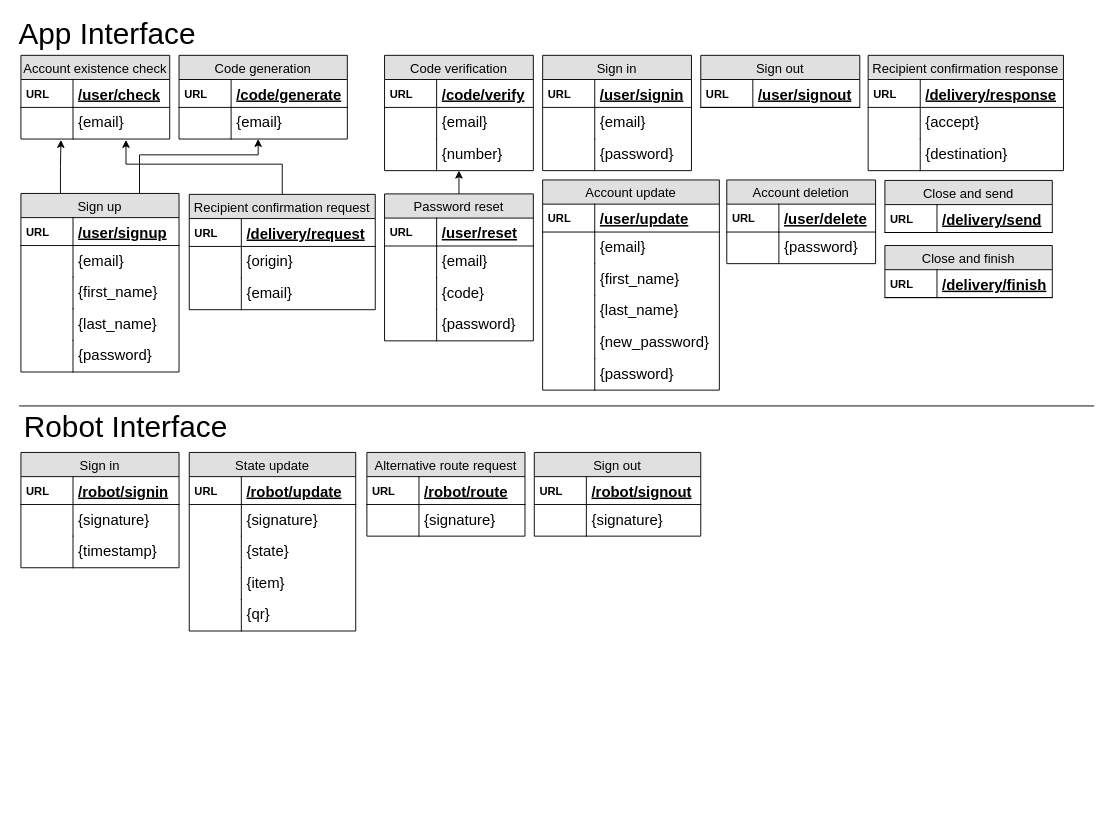
The draw.io diagram server/modeling/Server Modelling.drawio in developedby/DLVR, before the edit. Source tidied: cells renumbered, new cells numbered last; positions are measured from the earlier drawing's top-left corner, leaving out a move shared by most shapes. Both pictures are drawn from the tidied source at 93%, with x=0, y=0 at pixel (16, 24).
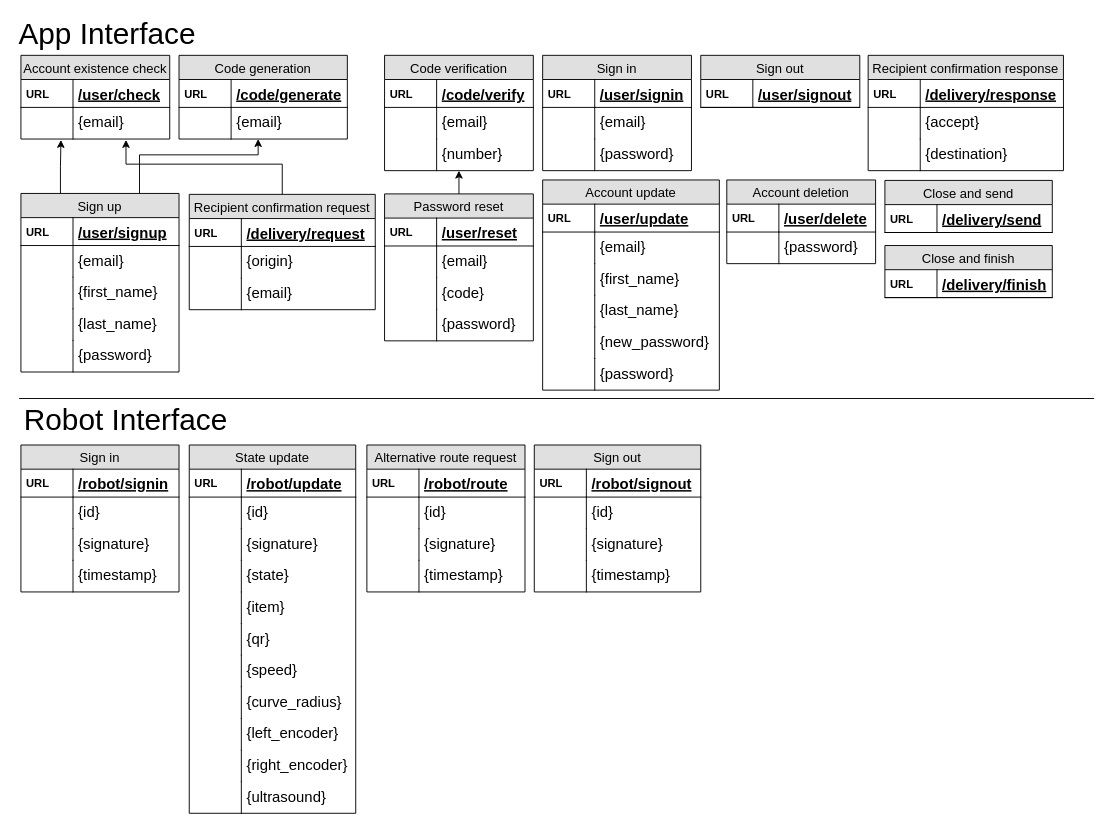
The same diagram, later.

What changed in the source:
```diff
@@
     <mxCell id="15" style="endArrow=none;html=1;" parent="1" edge="1">
       <mxGeometry relative="1" as="geometry">
-        <mxPoint x="3" y="410" as="sourcePoint" />
-        <mxPoint x="1159" y="410" as="targetPoint" />
+        <mxPoint x="3" y="402" as="sourcePoint" />
+        <mxPoint x="1159" y="402" as="targetPoint" />
       </mxGeometry>
     </mxCell>
@@
     <mxCell id="17" value="Robot Interface" style="text;html=1;strokeColor=none;fillColor=none;align=center;verticalAlign=middle;whiteSpace=wrap;rounded=0;fontSize=32;" parent="1" vertex="1">
-      <mxGeometry x="5" y="423" width="226" height="20" as="geometry" />
+      <mxGeometry x="5" y="415" width="226" height="20" as="geometry" />
     </mxCell>
@@
     <mxCell id="94" value="Alternative route request" style="swimlane;fontStyle=0;horizontal=1;startSize=26;fillColor=#e0e0e0;swimlaneFillColor=#ffffff;align=center;fontSize=14;" parent="1" vertex="1">
-      <mxGeometry x="377" y="460" width="170" height="90" as="geometry" />
+      <mxGeometry x="377" y="452" width="170" height="158" as="geometry" />
     </mxCell>
@@
-    <mxCell id="97" value="{signature}" style="shape=partialRectangle;top=0;left=0;right=0;bottom=0;align=left;verticalAlign=top;fillColor=none;spacingLeft=60;spacingRight=4;overflow=hidden;fontSize=16;" parent="94" vertex="1">
+    <mxCell id="97" value="{id}" style="shape=partialRectangle;top=0;left=0;right=0;bottom=0;align=left;verticalAlign=top;fillColor=none;spacingLeft=60;spacingRight=4;overflow=hidden;fontSize=16;" parent="94" vertex="1">
       <mxGeometry y="56" width="170" height="34" as="geometry" />
     </mxCell>
@@
+    <mxCell id="122" value="{signature}" style="shape=partialRectangle;top=0;left=0;right=0;bottom=0;align=left;verticalAlign=top;fillColor=none;spacingLeft=60;spacingRight=4;overflow=hidden;fontSize=16;" parent="94" vertex="1">
+      <mxGeometry y="90" width="170" height="34" as="geometry" />
+    </mxCell>
+    <mxCell id="123" style="shape=partialRectangle;top=0;left=0;bottom=0;fillColor=none;align=left;verticalAlign=top;spacingLeft=4;spacingRight=4;overflow=hidden;fontSize=12;" parent="122" vertex="1">
+      <mxGeometry width="56" height="34" as="geometry" />
+    </mxCell>
+    <mxCell id="124" value="{timestamp}" style="shape=partialRectangle;top=0;left=0;right=0;bottom=0;align=left;verticalAlign=top;fillColor=none;spacingLeft=60;spacingRight=4;overflow=hidden;fontSize=16;" parent="94" vertex="1">
+      <mxGeometry y="124" width="170" height="34" as="geometry" />
+    </mxCell>
+    <mxCell id="125" style="shape=partialRectangle;top=0;left=0;bottom=0;fillColor=none;align=left;verticalAlign=top;spacingLeft=4;spacingRight=4;overflow=hidden;fontSize=12;" parent="124" vertex="1">
+      <mxGeometry width="56" height="34" as="geometry" />
+    </mxCell>
     <mxCell id="99" value="Sign in" style="swimlane;fontStyle=0;horizontal=1;startSize=26;fillColor=#e0e0e0;swimlaneFillColor=#ffffff;align=center;fontSize=14;" parent="1" vertex="1">
-      <mxGeometry x="5" y="460" width="170" height="124" as="geometry" />
+      <mxGeometry x="5" y="452" width="170" height="158" as="geometry" />
     </mxCell>
@@
-    <mxCell id="102" value="{signature}" style="shape=partialRectangle;top=0;left=0;right=0;bottom=0;align=left;verticalAlign=top;fillColor=none;spacingLeft=60;spacingRight=4;overflow=hidden;fontSize=16;" parent="99" vertex="1">
+    <mxCell id="102" value="{id}" style="shape=partialRectangle;top=0;left=0;right=0;bottom=0;align=left;verticalAlign=top;fillColor=none;spacingLeft=60;spacingRight=4;overflow=hidden;fontSize=16;" parent="99" vertex="1">
       <mxGeometry y="56" width="170" height="34" as="geometry" />
     </mxCell>
@@
+    <mxCell id="126" value="{signature}" style="shape=partialRectangle;top=0;left=0;right=0;bottom=0;align=left;verticalAlign=top;fillColor=none;spacingLeft=60;spacingRight=4;overflow=hidden;fontSize=16;" parent="99" vertex="1">
+      <mxGeometry y="90" width="170" height="34" as="geometry" />
+    </mxCell>
+    <mxCell id="127" style="shape=partialRectangle;top=0;left=0;bottom=0;fillColor=none;align=left;verticalAlign=top;spacingLeft=4;spacingRight=4;overflow=hidden;fontSize=12;" parent="126" vertex="1">
+      <mxGeometry width="56" height="34" as="geometry" />
+    </mxCell>
     <mxCell id="104" value="{timestamp}" style="shape=partialRectangle;top=0;left=0;right=0;bottom=0;align=left;verticalAlign=top;fillColor=none;spacingLeft=60;spacingRight=4;overflow=hidden;fontSize=16;" parent="99" vertex="1">
-      <mxGeometry y="90" width="170" height="34" as="geometry" />
+      <mxGeometry y="124" width="170" height="34" as="geometry" />
     </mxCell>
@@
     <mxCell id="106" value="Sign out" style="swimlane;fontStyle=0;horizontal=1;startSize=26;fillColor=#e0e0e0;swimlaneFillColor=#ffffff;align=center;fontSize=14;" parent="1" vertex="1">
-      <mxGeometry x="557" y="460" width="179" height="90" as="geometry" />
+      <mxGeometry x="557" y="452" width="179" height="158" as="geometry" />
     </mxCell>
@@
-    <mxCell id="109" value="{signature}" style="shape=partialRectangle;top=0;left=0;right=0;bottom=0;align=left;verticalAlign=top;fillColor=none;spacingLeft=60;spacingRight=4;overflow=hidden;fontSize=16;" parent="106" vertex="1">
+    <mxCell id="109" value="{id}" style="shape=partialRectangle;top=0;left=0;right=0;bottom=0;align=left;verticalAlign=top;fillColor=none;spacingLeft=60;spacingRight=4;overflow=hidden;fontSize=16;" parent="106" vertex="1">
       <mxGeometry y="56" width="179" height="34" as="geometry" />
     </mxCell>
@@
+    <mxCell id="128" value="{signature}" style="shape=partialRectangle;top=0;left=0;right=0;bottom=0;align=left;verticalAlign=top;fillColor=none;spacingLeft=60;spacingRight=4;overflow=hidden;fontSize=16;" parent="106" vertex="1">
+      <mxGeometry y="90" width="179" height="34" as="geometry" />
+    </mxCell>
+    <mxCell id="129" style="shape=partialRectangle;top=0;left=0;bottom=0;fillColor=none;align=left;verticalAlign=top;spacingLeft=4;spacingRight=4;overflow=hidden;fontSize=12;" parent="128" vertex="1">
+      <mxGeometry width="56" height="34" as="geometry" />
+    </mxCell>
+    <mxCell id="130" value="{timestamp}" style="shape=partialRectangle;top=0;left=0;right=0;bottom=0;align=left;verticalAlign=top;fillColor=none;spacingLeft=60;spacingRight=4;overflow=hidden;fontSize=16;" parent="106" vertex="1">
+      <mxGeometry y="124" width="179" height="34" as="geometry" />
+    </mxCell>
+    <mxCell id="131" style="shape=partialRectangle;top=0;left=0;bottom=0;fillColor=none;align=left;verticalAlign=top;spacingLeft=4;spacingRight=4;overflow=hidden;fontSize=12;" parent="130" vertex="1">
+      <mxGeometry width="56" height="34" as="geometry" />
+    </mxCell>
     <mxCell id="111" value="State update" style="swimlane;fontStyle=0;horizontal=1;startSize=26;fillColor=#e0e0e0;swimlaneFillColor=#ffffff;align=center;fontSize=14;" parent="1" vertex="1">
-      <mxGeometry x="186" y="460" width="179" height="192" as="geometry" />
+      <mxGeometry x="186" y="452" width="179" height="396" as="geometry" />
     </mxCell>
@@
-    <mxCell id="114" value="{signature}" style="shape=partialRectangle;top=0;left=0;right=0;bottom=0;align=left;verticalAlign=top;fillColor=none;spacingLeft=60;spacingRight=4;overflow=hidden;fontSize=16;" parent="111" vertex="1">
+    <mxCell id="114" value="{id}" style="shape=partialRectangle;top=0;left=0;right=0;bottom=0;align=left;verticalAlign=top;fillColor=none;spacingLeft=60;spacingRight=4;overflow=hidden;fontSize=16;" parent="111" vertex="1">
       <mxGeometry y="56" width="179" height="34" as="geometry" />
     </mxCell>
@@
+    <mxCell id="132" value="{signature}" style="shape=partialRectangle;top=0;left=0;right=0;bottom=0;align=left;verticalAlign=top;fillColor=none;spacingLeft=60;spacingRight=4;overflow=hidden;fontSize=16;" parent="111" vertex="1">
+      <mxGeometry y="90" width="179" height="34" as="geometry" />
+    </mxCell>
+    <mxCell id="133" style="shape=partialRectangle;top=0;left=0;bottom=0;fillColor=none;align=left;verticalAlign=top;spacingLeft=4;spacingRight=4;overflow=hidden;fontSize=12;" parent="132" vertex="1">
+      <mxGeometry width="56" height="34" as="geometry" />
+    </mxCell>
     <mxCell id="116" value="{state}" style="shape=partialRectangle;top=0;left=0;right=0;bottom=0;align=left;verticalAlign=top;fillColor=none;spacingLeft=60;spacingRight=4;overflow=hidden;fontSize=16;" parent="111" vertex="1">
-      <mxGeometry y="90" width="179" height="34" as="geometry" />
+      <mxGeometry y="124" width="179" height="34" as="geometry" />
     </mxCell>
@@
     <mxCell id="118" value="{item}" style="shape=partialRectangle;top=0;left=0;right=0;bottom=0;align=left;verticalAlign=top;fillColor=none;spacingLeft=60;spacingRight=4;overflow=hidden;fontSize=16;" parent="111" vertex="1">
-      <mxGeometry y="124" width="179" height="34" as="geometry" />
+      <mxGeometry y="158" width="179" height="34" as="geometry" />
     </mxCell>
@@
     <mxCell id="120" value="{qr}" style="shape=partialRectangle;top=0;left=0;right=0;bottom=0;align=left;verticalAlign=top;fillColor=none;spacingLeft=60;spacingRight=4;overflow=hidden;fontSize=16;" parent="111" vertex="1">
-      <mxGeometry y="158" width="179" height="34" as="geometry" />
+      <mxGeometry y="192" width="179" height="34" as="geometry" />
     </mxCell>
@@
+    <mxCell id="134" value="{speed}" style="shape=partialRectangle;top=0;left=0;right=0;bottom=0;align=left;verticalAlign=top;fillColor=none;spacingLeft=60;spacingRight=4;overflow=hidden;fontSize=16;" parent="111" vertex="1">
+      <mxGeometry y="226" width="179" height="34" as="geometry" />
+    </mxCell>
+    <mxCell id="135" style="shape=partialRectangle;top=0;left=0;bottom=0;fillColor=none;align=left;verticalAlign=top;spacingLeft=4;spacingRight=4;overflow=hidden;fontSize=12;" parent="134" vertex="1">
+      <mxGeometry width="56" height="34" as="geometry" />
+    </mxCell>
+    <mxCell id="136" value="{curve_radius}" style="shape=partialRectangle;top=0;left=0;right=0;bottom=0;align=left;verticalAlign=top;fillColor=none;spacingLeft=60;spacingRight=4;overflow=hidden;fontSize=16;" parent="111" vertex="1">
+      <mxGeometry y="260" width="179" height="34" as="geometry" />
+    </mxCell>
+    <mxCell id="137" style="shape=partialRectangle;top=0;left=0;bottom=0;fillColor=none;align=left;verticalAlign=top;spacingLeft=4;spacingRight=4;overflow=hidden;fontSize=12;" parent="136" vertex="1">
+      <mxGeometry width="56" height="34" as="geometry" />
+    </mxCell>
+    <mxCell id="138" value="{left_encoder}" style="shape=partialRectangle;top=0;left=0;right=0;bottom=0;align=left;verticalAlign=top;fillColor=none;spacingLeft=60;spacingRight=4;overflow=hidden;fontSize=16;" parent="111" vertex="1">
+      <mxGeometry y="294" width="179" height="34" as="geometry" />
+    </mxCell>
+    <mxCell id="139" style="shape=partialRectangle;top=0;left=0;bottom=0;fillColor=none;align=left;verticalAlign=top;spacingLeft=4;spacingRight=4;overflow=hidden;fontSize=12;" parent="138" vertex="1">
+      <mxGeometry width="56" height="34" as="geometry" />
+    </mxCell>
+    <mxCell id="140" value="{right_encoder}" style="shape=partialRectangle;top=0;left=0;right=0;bottom=0;align=left;verticalAlign=top;fillColor=none;spacingLeft=60;spacingRight=4;overflow=hidden;fontSize=16;" parent="111" vertex="1">
+      <mxGeometry y="328" width="179" height="34" as="geometry" />
+    </mxCell>
+    <mxCell id="141" style="shape=partialRectangle;top=0;left=0;bottom=0;fillColor=none;align=left;verticalAlign=top;spacingLeft=4;spacingRight=4;overflow=hidden;fontSize=12;" parent="140" vertex="1">
+      <mxGeometry width="56" height="34" as="geometry" />
+    </mxCell>
+    <mxCell id="142" value="{ultrasound}" style="shape=partialRectangle;top=0;left=0;right=0;bottom=0;align=left;verticalAlign=top;fillColor=none;spacingLeft=60;spacingRight=4;overflow=hidden;fontSize=16;" parent="111" vertex="1">
+      <mxGeometry y="362" width="179" height="34" as="geometry" />
+    </mxCell>
+    <mxCell id="143" style="shape=partialRectangle;top=0;left=0;bottom=0;fillColor=none;align=left;verticalAlign=top;spacingLeft=4;spacingRight=4;overflow=hidden;fontSize=12;" parent="142" vertex="1">
+      <mxGeometry width="56" height="34" as="geometry" />
+    </mxCell>
```
